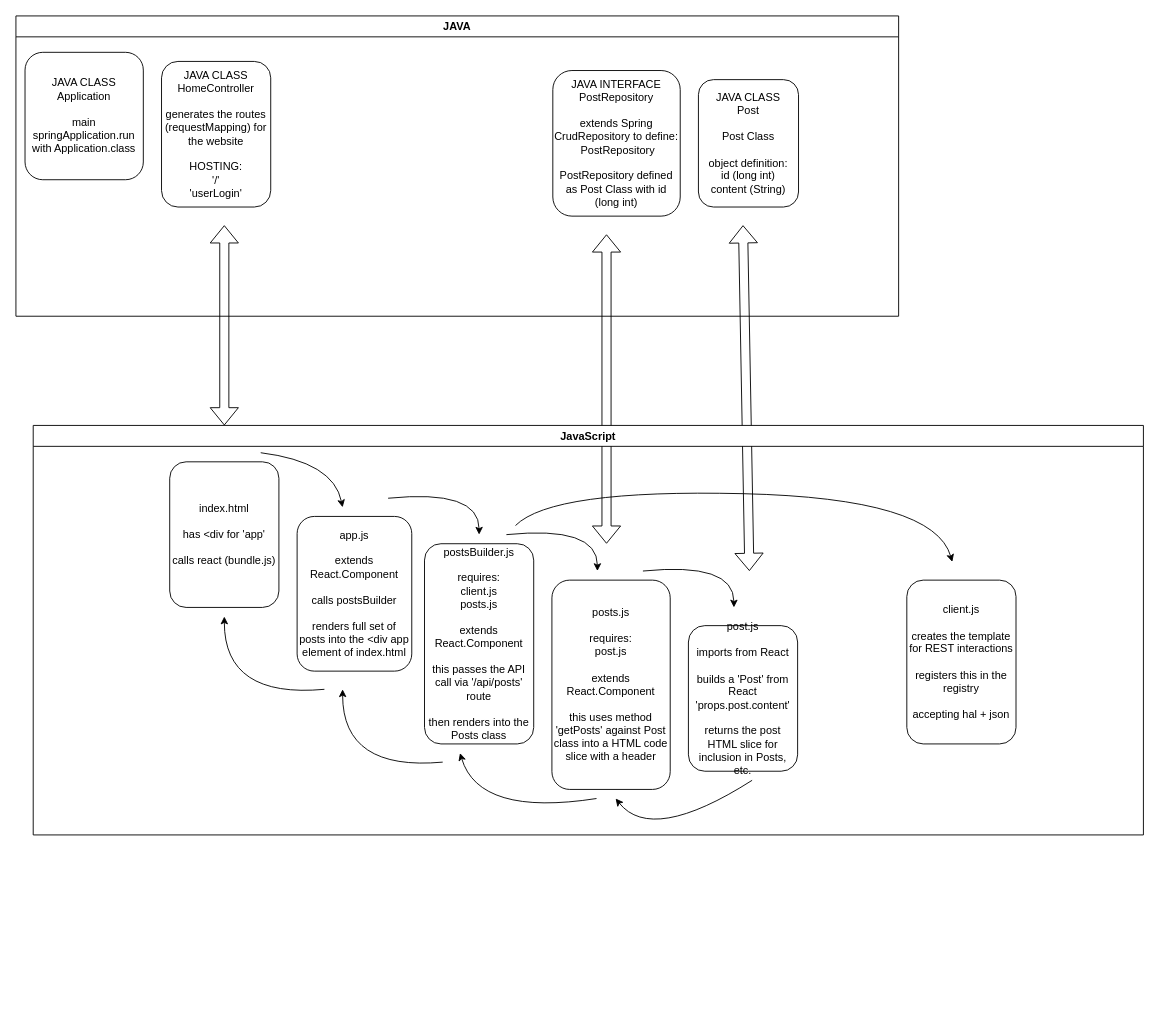
Above: page "Page-3" (3 of 3) of docs/Untitled Diagram.drawio in GDCStoney/acebook-java-4Aces (draw.io), before the change. Source tidied: cells renumbered, new cells numbered last; positions are measured from the earlier drawing's top-left corner, leaving out a move shared by most shapes. Both pictures are drawn from the tidied source at 91%, with x=0, y=0 at pixel (15, 15).
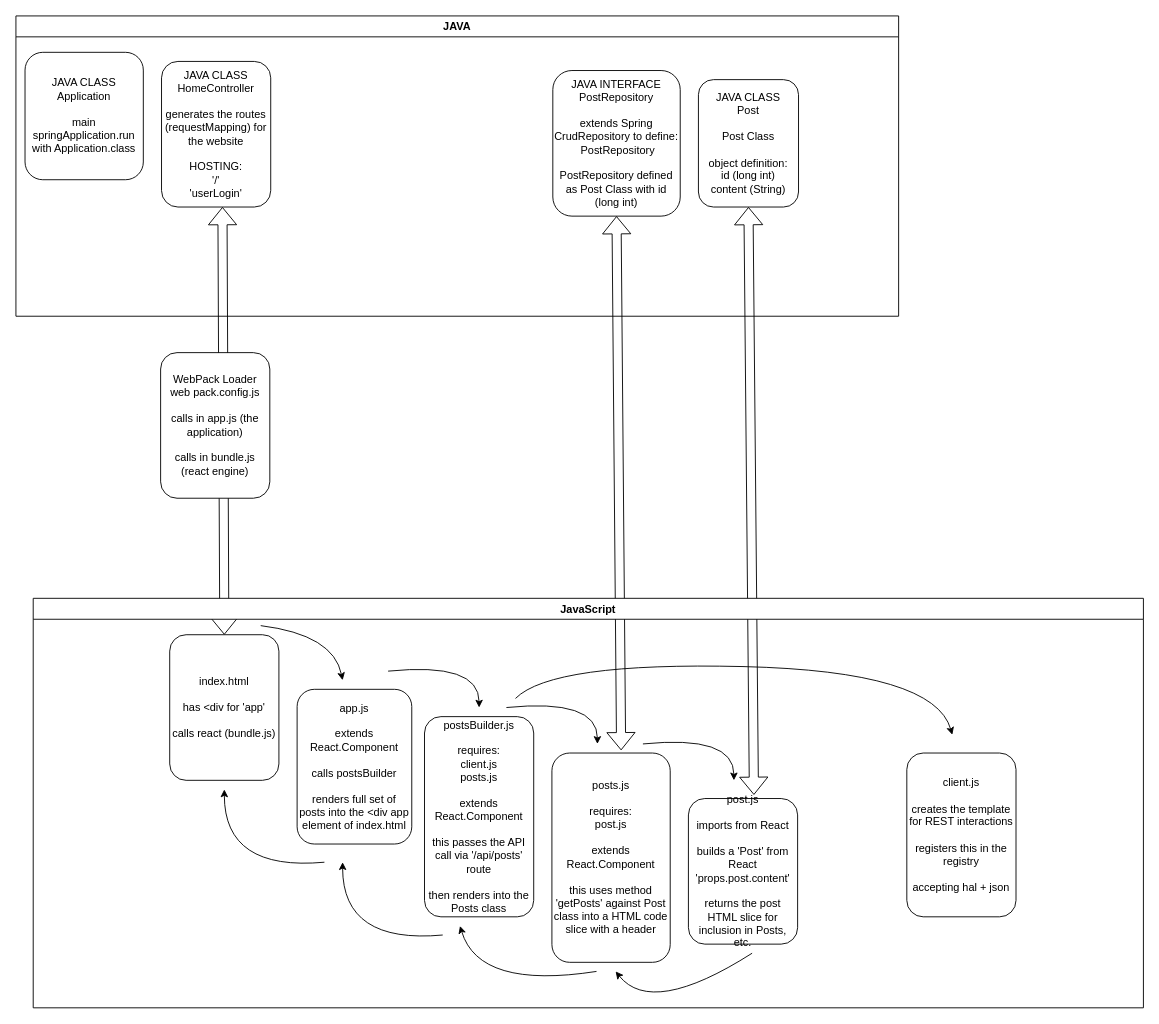
After the change.

The change refers to these unchanged cells:
```xml
<mxCell id="4" value="JAVA CLASS&lt;br&gt;HomeController&lt;br&gt;&lt;br&gt;generates the routes (requestMapping) for the website&lt;br&gt;&lt;br&gt;HOSTING:&lt;br&gt;'/'&lt;br&gt;'userLogin'" style="rounded=1;whiteSpace=wrap;html=1;" parent="2" vertex="1">
  <mxGeometry x="160" y="50" width="120" height="160" as="geometry" />
</mxCell>
<mxCell id="5" value="JAVA INTERFACE&lt;br&gt;PostRepository&lt;br&gt;&lt;br&gt;extends Spring CrudRepository to define:&lt;br&gt;&amp;nbsp;PostRepository&lt;br&gt;&lt;br&gt;PostRepository defined as Post Class with id (long int)" style="rounded=1;whiteSpace=wrap;html=1;" parent="2" vertex="1">
  <mxGeometry x="590" y="60" width="140" height="160" as="geometry" />
</mxCell>
<mxCell id="6" value="JAVA CLASS&lt;br&gt;Post&lt;br&gt;&lt;br&gt;Post Class&lt;br&gt;&lt;br&gt;object definition:&lt;br&gt;id (long int)&lt;br&gt;content (String)" style="rounded=1;whiteSpace=wrap;html=1;" parent="2" vertex="1">
  <mxGeometry x="750" y="70" width="110" height="140" as="geometry" />
</mxCell>
<mxCell id="13" value="post.js&lt;br&gt;&lt;br&gt;imports from React&lt;br&gt;&lt;br&gt;builds a 'Post' from React 'props.post.content'&lt;br&gt;&lt;br&gt;returns the post HTML slice for inclusion in Posts, etc." style="rounded=1;whiteSpace=wrap;html=1;" parent="10" vertex="1">
  <mxGeometry x="720" y="220" width="120" height="160" as="geometry" />
</mxCell>
<mxCell id="18" value="index.html&lt;br&gt;&lt;br&gt;has &amp;lt;div for 'app'&lt;br&gt;&lt;br&gt;calls react (bundle.js)" style="rounded=1;whiteSpace=wrap;html=1;" parent="10" vertex="1">
  <mxGeometry x="150" y="40" width="120" height="160" as="geometry" />
</mxCell>
<mxCell id="21" value="posts.js&lt;br&gt;&lt;br&gt;requires:&lt;br&gt;post.js&lt;br&gt;&lt;br&gt;extends React.Component&lt;br&gt;&lt;br&gt;this uses method 'getPosts' against Post class into a HTML code slice with a header" style="rounded=1;whiteSpace=wrap;html=1;" parent="10" vertex="1">
  <mxGeometry x="570" y="170" width="130" height="230" as="geometry" />
</mxCell>
```

The edit, as a diff of the source:
```diff
@@
-    <mxCell id="7" style="shape=flexArrow;endArrow=classic;startArrow=classic;html=1;" parent="1" edge="1">
-      <mxGeometry relative="1" as="geometry">
-        <mxPoint x="229" y="450" as="sourcePoint" />
-        <mxPoint x="229" y="230" as="targetPoint" />
-      </mxGeometry>
+    <mxCell id="7" style="shape=flexArrow;endArrow=classic;startArrow=classic;html=1;exitX=0.5;exitY=0;exitDx=0;exitDy=0;entryX=0.558;entryY=1;entryDx=0;entryDy=0;entryPerimeter=0;" parent="1" edge="1" source="18" target="4">
+      <mxGeometry relative="1" as="geometry" />
     </mxCell>
-    <mxCell id="8" style="shape=flexArrow;endArrow=classic;startArrow=classic;html=1;" parent="1" edge="1">
-      <mxGeometry relative="1" as="geometry">
-        <mxPoint x="649" y="240" as="sourcePoint" />
-        <mxPoint x="649" y="580" as="targetPoint" />
-      </mxGeometry>
+    <mxCell id="8" style="shape=flexArrow;endArrow=classic;startArrow=classic;html=1;entryX=0.585;entryY=-0.013;entryDx=0;entryDy=0;entryPerimeter=0;exitX=0.5;exitY=1;exitDx=0;exitDy=0;" parent="1" edge="1" source="5" target="21">
+      <mxGeometry relative="1" as="geometry" />
     </mxCell>
-    <mxCell id="9" style="shape=flexArrow;endArrow=classic;startArrow=classic;html=1;" parent="1" edge="1">
-      <mxGeometry relative="1" as="geometry">
-        <mxPoint x="806" y="610" as="sourcePoint" />
-        <mxPoint x="799" y="230" as="targetPoint" />
-      </mxGeometry>
+    <mxCell id="9" style="shape=flexArrow;endArrow=classic;startArrow=classic;html=1;exitX=0.6;exitY=-0.025;exitDx=0;exitDy=0;exitPerimeter=0;entryX=0.5;entryY=1;entryDx=0;entryDy=0;" parent="1" edge="1" source="13" target="6">
+      <mxGeometry relative="1" as="geometry" />
     </mxCell>
     <mxCell id="10" value="JavaScript" style="swimlane;" parent="1" vertex="1">
-      <mxGeometry x="19" y="450" width="1220" height="450" as="geometry" />
+      <mxGeometry x="19" y="640" width="1220" height="450" as="geometry" />
     </mxCell>
@@
+    <mxCell id="26" value="WebPack Loader&lt;br&gt;web pack.config.js&lt;br&gt;&lt;br&gt;calls in app.js (the application)&lt;br&gt;&lt;br&gt;calls in bundle.js (react engine)" style="rounded=1;whiteSpace=wrap;html=1;" parent="1" vertex="1">
+      <mxGeometry x="159" y="370" width="120" height="160" as="geometry" />
+    </mxCell>
```
